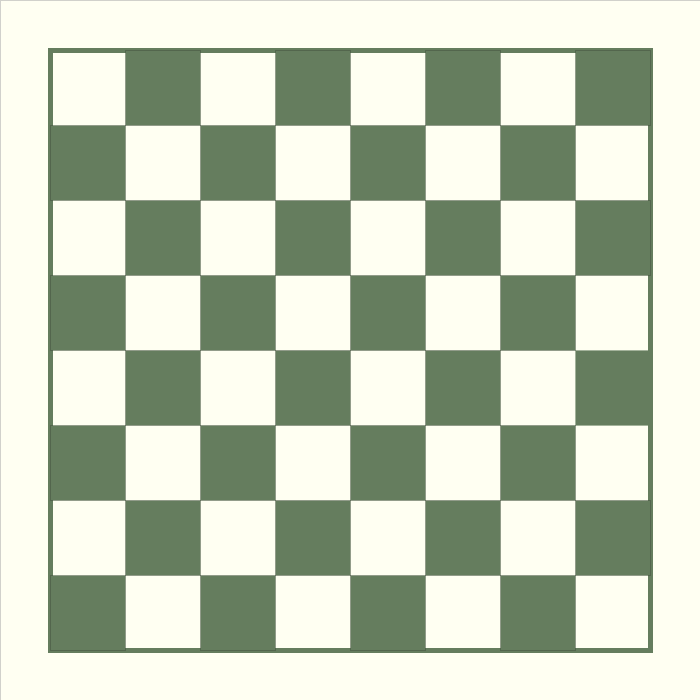
Before: Chess-Mockup.png, a diagram exported from draw.io (jack125251/Java-Group---Chess). Source tidied: cells renumbered, new cells last; positions are measured from the earlier drawing's top-left corner, leaving out a move shared by most shapes. Source of this version:
```xml
<mxGraphModel>
  <root>
    <mxCell id="0" />
    <mxCell id="1" parent="0" />
    <mxCell id="2" style="whiteSpace=wrap;html=1;fillColor=#fffff2;strokeWidth=0;" parent="1" vertex="1">
      <mxGeometry width="700" height="700" as="geometry" />
    </mxCell>
    <mxCell id="3" style="group;strokeWidth=5;fillColor=#FFFFF2;strokeColor=#657D5E;" parent="1" vertex="1">
      <mxGeometry x="50" y="50" width="600" height="600" as="geometry" />
    </mxCell>
    <mxCell id="4" style="whiteSpace=wrap;html=1;fillColor=#657D5E;strokeWidth=0;" parent="1" vertex="1">
      <mxGeometry x="125" y="50" width="75" height="75" as="geometry" />
    </mxCell>
    <mxCell id="5" style="whiteSpace=wrap;html=1;fillColor=#657D5E;strokeWidth=0;" parent="1" vertex="1">
      <mxGeometry x="275" y="50" width="75" height="75" as="geometry" />
    </mxCell>
    <mxCell id="6" style="whiteSpace=wrap;html=1;fillColor=#657D5E;strokeWidth=0;" parent="1" vertex="1">
      <mxGeometry x="425" y="50" width="75" height="75" as="geometry" />
    </mxCell>
    <mxCell id="7" style="whiteSpace=wrap;html=1;fillColor=#657D5E;strokeWidth=0;" parent="1" vertex="1">
      <mxGeometry x="575" y="50" width="75" height="75" as="geometry" />
    </mxCell>
    <mxCell id="8" style="whiteSpace=wrap;html=1;fillColor=#657D5E;strokeWidth=0;" parent="1" vertex="1">
      <mxGeometry x="50" y="125" width="75" height="75" as="geometry" />
    </mxCell>
    <mxCell id="9" style="whiteSpace=wrap;html=1;fillColor=#657D5E;strokeWidth=0;" parent="1" vertex="1">
      <mxGeometry x="200" y="125" width="75" height="75" as="geometry" />
    </mxCell>
    <mxCell id="10" style="whiteSpace=wrap;html=1;fillColor=#657D5E;strokeWidth=0;" parent="1" vertex="1">
      <mxGeometry x="350" y="125" width="75" height="75" as="geometry" />
    </mxCell>
    <mxCell id="11" style="whiteSpace=wrap;html=1;fillColor=#657D5E;strokeWidth=0;" parent="1" vertex="1">
      <mxGeometry x="500" y="125" width="75" height="75" as="geometry" />
    </mxCell>
    <mxCell id="12" style="whiteSpace=wrap;html=1;fillColor=#657D5E;strokeWidth=0;" parent="1" vertex="1">
      <mxGeometry x="125" y="200" width="75" height="75" as="geometry" />
    </mxCell>
    <mxCell id="13" style="whiteSpace=wrap;html=1;fillColor=#657D5E;strokeWidth=0;" parent="1" vertex="1">
      <mxGeometry x="275" y="200" width="75" height="75" as="geometry" />
    </mxCell>
    <mxCell id="14" style="whiteSpace=wrap;html=1;fillColor=#657D5E;strokeWidth=0;" parent="1" vertex="1">
      <mxGeometry x="425" y="200" width="75" height="75" as="geometry" />
    </mxCell>
    <mxCell id="15" style="whiteSpace=wrap;html=1;fillColor=#657D5E;strokeWidth=0;" parent="1" vertex="1">
      <mxGeometry x="575" y="200" width="75" height="75" as="geometry" />
    </mxCell>
    <mxCell id="16" style="whiteSpace=wrap;html=1;fillColor=#657D5E;strokeWidth=0;" parent="1" vertex="1">
      <mxGeometry x="50" y="275" width="75" height="75" as="geometry" />
    </mxCell>
    <mxCell id="17" style="whiteSpace=wrap;html=1;fillColor=#657D5E;strokeWidth=0;" parent="1" vertex="1">
      <mxGeometry x="200" y="275" width="75" height="75" as="geometry" />
    </mxCell>
    <mxCell id="18" style="whiteSpace=wrap;html=1;fillColor=#657D5E;strokeWidth=0;" parent="1" vertex="1">
      <mxGeometry x="350" y="275" width="75" height="75" as="geometry" />
    </mxCell>
    <mxCell id="19" style="whiteSpace=wrap;html=1;fillColor=#657D5E;strokeWidth=0;" parent="1" vertex="1">
      <mxGeometry x="500" y="275" width="75" height="75" as="geometry" />
    </mxCell>
    <mxCell id="20" style="whiteSpace=wrap;html=1;fillColor=#657D5E;strokeWidth=0;" parent="1" vertex="1">
      <mxGeometry x="125" y="350" width="75" height="75" as="geometry" />
    </mxCell>
    <mxCell id="21" style="whiteSpace=wrap;html=1;fillColor=#657D5E;strokeWidth=0;" parent="1" vertex="1">
      <mxGeometry x="275" y="350" width="75" height="75" as="geometry" />
    </mxCell>
    <mxCell id="22" style="whiteSpace=wrap;html=1;fillColor=#657D5E;strokeWidth=0;" parent="1" vertex="1">
      <mxGeometry x="425" y="350" width="75" height="75" as="geometry" />
    </mxCell>
    <mxCell id="23" style="whiteSpace=wrap;html=1;fillColor=#657D5E;strokeWidth=0;strokeColor=#657D5E;" parent="1" vertex="1">
      <mxGeometry x="575" y="350" width="75" height="75" as="geometry" />
    </mxCell>
    <mxCell id="24" style="whiteSpace=wrap;html=1;fillColor=#657D5E;strokeWidth=0;" parent="1" vertex="1">
      <mxGeometry x="50" y="425" width="75" height="75" as="geometry" />
    </mxCell>
    <mxCell id="25" style="whiteSpace=wrap;html=1;fillColor=#657D5E;strokeWidth=0;" parent="1" vertex="1">
      <mxGeometry x="200" y="425" width="75" height="75" as="geometry" />
    </mxCell>
    <mxCell id="26" style="whiteSpace=wrap;html=1;fillColor=#657D5E;strokeWidth=0;" parent="1" vertex="1">
      <mxGeometry x="350" y="425" width="75" height="75" as="geometry" />
    </mxCell>
    <mxCell id="27" style="whiteSpace=wrap;html=1;fillColor=#657D5E;strokeWidth=0;" parent="1" vertex="1">
      <mxGeometry x="500" y="425" width="75" height="75" as="geometry" />
    </mxCell>
    <mxCell id="28" style="whiteSpace=wrap;html=1;fillColor=#657D5E;strokeWidth=0;" parent="1" vertex="1">
      <mxGeometry x="125" y="500" width="75" height="75" as="geometry" />
    </mxCell>
    <mxCell id="29" style="whiteSpace=wrap;html=1;fillColor=#657D5E;strokeWidth=0;" parent="1" vertex="1">
      <mxGeometry x="275" y="500" width="75" height="75" as="geometry" />
    </mxCell>
    <mxCell id="30" style="whiteSpace=wrap;html=1;fillColor=#657D5E;strokeWidth=0;" parent="1" vertex="1">
      <mxGeometry x="425" y="500" width="75" height="75" as="geometry" />
    </mxCell>
    <mxCell id="31" style="whiteSpace=wrap;html=1;fillColor=#657D5E;strokeWidth=0;" parent="1" vertex="1">
      <mxGeometry x="575" y="500" width="75" height="75" as="geometry" />
    </mxCell>
    <mxCell id="32" style="whiteSpace=wrap;html=1;fillColor=#657D5E;strokeWidth=0;" parent="1" vertex="1">
      <mxGeometry x="50" y="575" width="75" height="75" as="geometry" />
    </mxCell>
    <mxCell id="33" style="whiteSpace=wrap;html=1;fillColor=#657D5E;strokeWidth=0;" parent="1" vertex="1">
      <mxGeometry x="200" y="575" width="75" height="75" as="geometry" />
    </mxCell>
    <mxCell id="34" style="whiteSpace=wrap;html=1;fillColor=#657D5E;strokeWidth=0;" parent="1" vertex="1">
      <mxGeometry x="350" y="575" width="75" height="75" as="geometry" />
    </mxCell>
    <mxCell id="35" style="whiteSpace=wrap;html=1;fillColor=#657D5E;strokeWidth=0;" parent="1" vertex="1">
      <mxGeometry x="500" y="575" width="75" height="75" as="geometry" />
    </mxCell>
  </root>
</mxGraphModel>
```
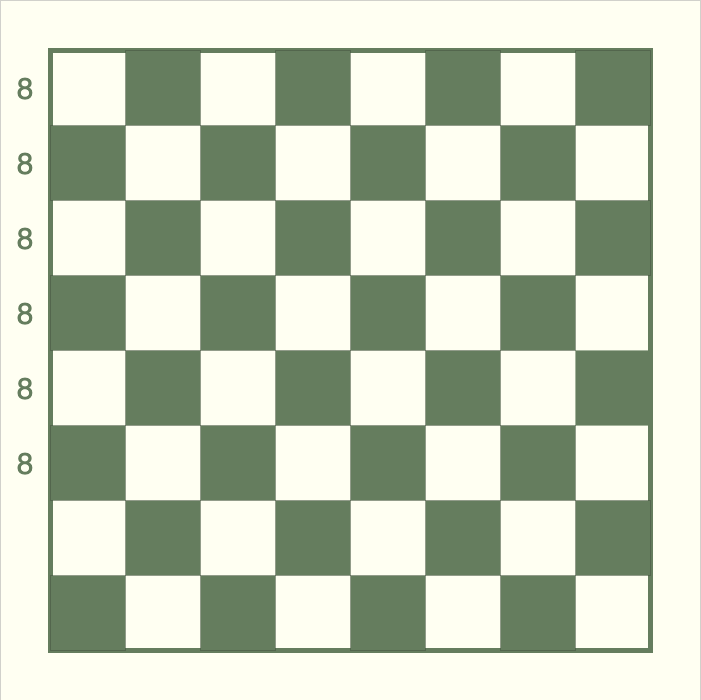
Above is the later version.

Change to the diagram source:
```diff
@@ -104,5 +104,23 @@
     <mxCell id="35" style="whiteSpace=wrap;html=1;fillColor=#657D5E;strokeWidth=0;" parent="1" vertex="1">
       <mxGeometry x="500" y="575" width="75" height="75" as="geometry" />
     </mxCell>
+    <mxCell id="36" value="&lt;font style=&quot;font-size: 30px;&quot; color=&quot;#657d5e&quot;&gt;8&lt;/font&gt;" style="text;html=1;strokeColor=none;fillColor=none;align=center;verticalAlign=middle;whiteSpace=wrap;rounded=0;" parent="1" vertex="1">
+      <mxGeometry y="50" width="50" height="75" as="geometry" />
+    </mxCell>
+    <mxCell id="37" value="&lt;font style=&quot;font-size: 30px;&quot; color=&quot;#657d5e&quot;&gt;8&lt;/font&gt;" style="text;html=1;strokeColor=none;fillColor=none;align=center;verticalAlign=middle;whiteSpace=wrap;rounded=0;" parent="1" vertex="1">
+      <mxGeometry y="125" width="50" height="75" as="geometry" />
+    </mxCell>
+    <mxCell id="38" value="&lt;font style=&quot;font-size: 30px;&quot; color=&quot;#657d5e&quot;&gt;8&lt;/font&gt;" style="text;html=1;strokeColor=none;fillColor=none;align=center;verticalAlign=middle;whiteSpace=wrap;rounded=0;" parent="1" vertex="1">
+      <mxGeometry y="200" width="50" height="75" as="geometry" />
+    </mxCell>
+    <mxCell id="39" value="&lt;font style=&quot;font-size: 30px;&quot; color=&quot;#657d5e&quot;&gt;8&lt;/font&gt;" style="text;html=1;strokeColor=none;fillColor=none;align=center;verticalAlign=middle;whiteSpace=wrap;rounded=0;" parent="1" vertex="1">
+      <mxGeometry y="275" width="50" height="75" as="geometry" />
+    </mxCell>
+    <mxCell id="40" value="&lt;font style=&quot;font-size: 30px;&quot; color=&quot;#657d5e&quot;&gt;8&lt;/font&gt;" style="text;html=1;strokeColor=none;fillColor=none;align=center;verticalAlign=middle;whiteSpace=wrap;rounded=0;" parent="1" vertex="1">
+      <mxGeometry y="350" width="50" height="75" as="geometry" />
+    </mxCell>
+    <mxCell id="41" value="&lt;font style=&quot;font-size: 30px;&quot; color=&quot;#657d5e&quot;&gt;8&lt;/font&gt;" style="text;html=1;strokeColor=none;fillColor=none;align=center;verticalAlign=middle;whiteSpace=wrap;rounded=0;" parent="1" vertex="1">
+      <mxGeometry y="425" width="50" height="75" as="geometry" />
+    </mxCell>
   </root>
 </mxGraphModel>
```
